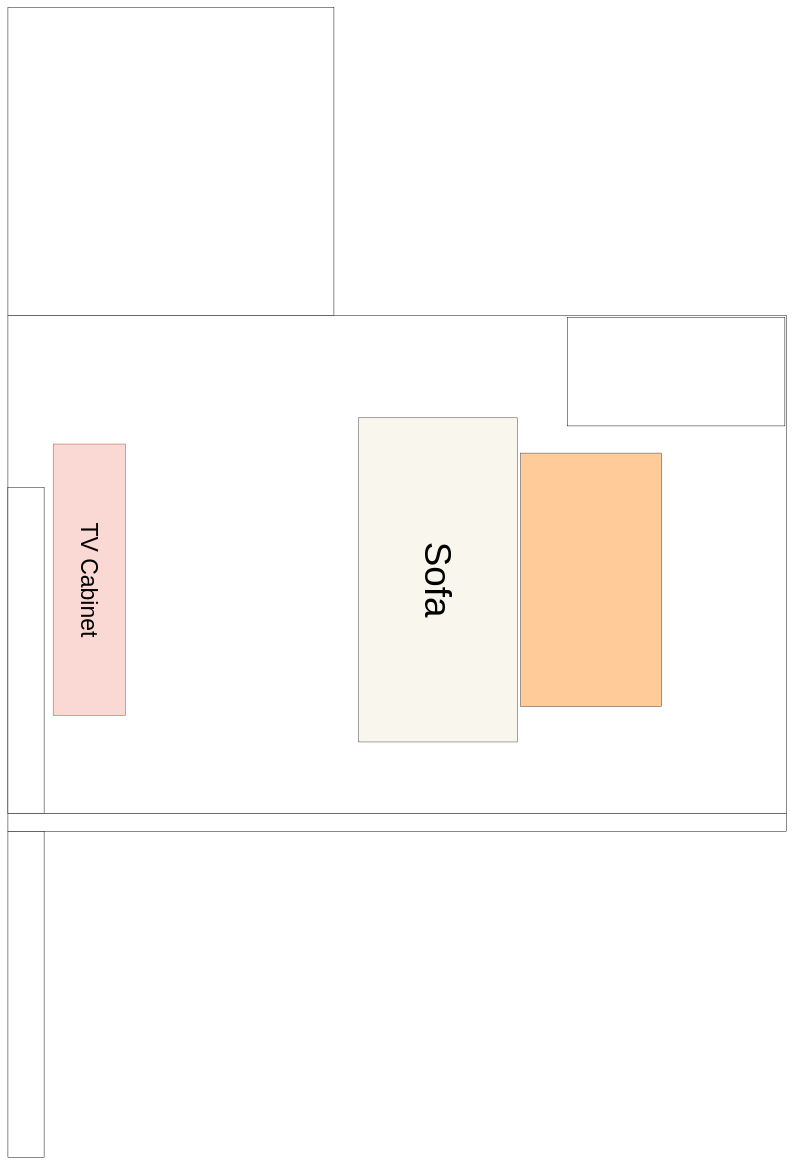
The draw.io diagram src/components/Untitled Diagram.drawio in laughingstocK/test_todolist, before the edit. Source tidied: cells renumbered, new cells numbered last; positions are measured from the earlier drawing's top-left corner, leaving out a move shared by most shapes. Both pictures are drawn from the tidied source at 46%, with x=0, y=0 at pixel (-46, 7).
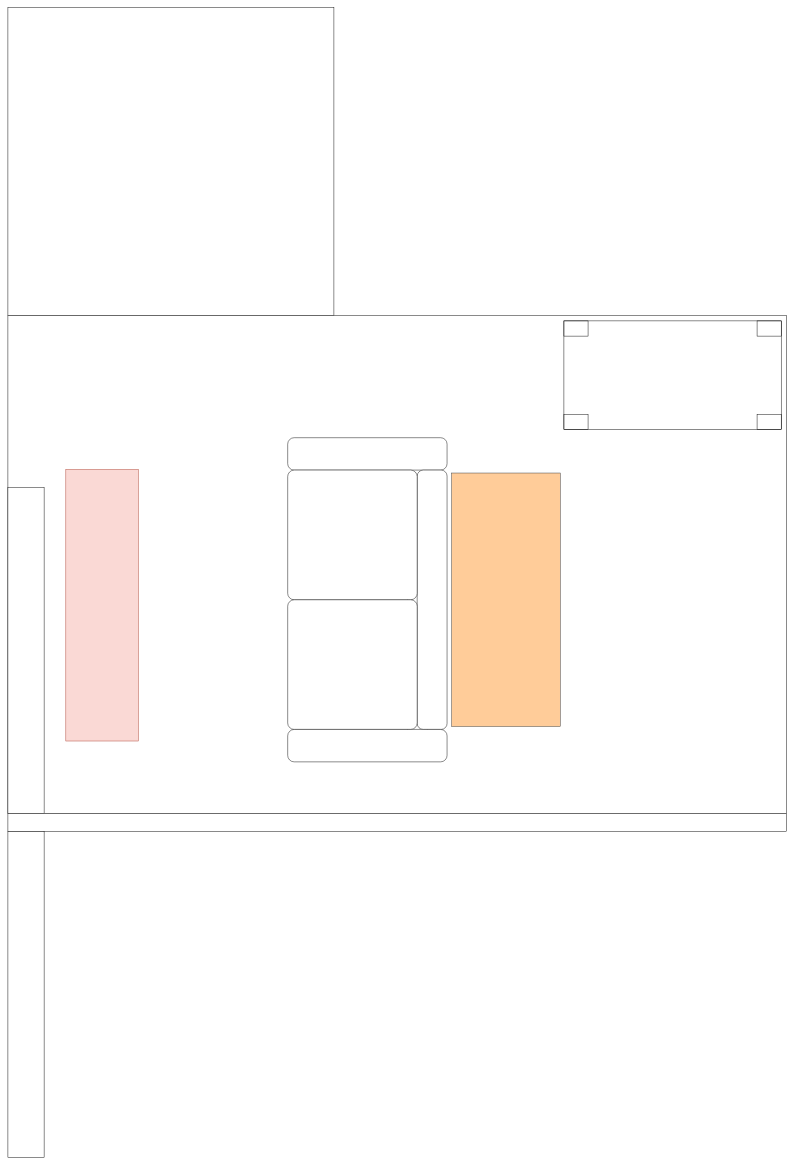
After the change.

The edit, as a diff of the source:
```diff
@@
 <mxGraphModel>
   <root>
     <mxCell id="0" />
     <mxCell id="1" parent="0" />
     <mxCell id="2" style="rounded=0;whiteSpace=wrap;html=1;fillColor=default;" parent="1" vertex="1">
       <mxGeometry x="117.7" y="669.3" width="1692.9" height="1082.7" as="geometry" />
     </mxCell>
     <mxCell id="3" style="rounded=0;whiteSpace=wrap;html=1;" parent="1" vertex="1">
       <mxGeometry x="117.7" width="708.7" height="669.3" as="geometry" />
     </mxCell>
     <mxCell id="4" style="rounded=0;whiteSpace=wrap;html=1;" parent="1" vertex="1">
       <mxGeometry x="117.7" y="1043.3" width="78.7" height="708.6" as="geometry" />
     </mxCell>
     <mxCell id="5" style="rounded=0;whiteSpace=wrap;html=1;" parent="1" vertex="1">
       <mxGeometry x="117.7" y="1751.9" width="1692.9" height="39.4" as="geometry" />
     </mxCell>
     <mxCell id="6" style="rounded=0;whiteSpace=wrap;html=1;" parent="1" vertex="1">
       <mxGeometry x="117.7" y="1791.3" width="78.7" height="708.7" as="geometry" />
     </mxCell>
     <mxCell id="7" style="rounded=0;whiteSpace=wrap;html=1;fillColor=#ffcc99;strokeColor=#36393d;" parent="1" vertex="1">
-      <mxGeometry x="1231.9" y="968.5" width="307.1" height="551.2" as="geometry" />
+      <mxGeometry x="1082.3" y="1011.8" width="236.2" height="551.2" as="geometry" />
     </mxCell>
-    <mxCell id="8" value="&lt;font style=&quot;font-size: 80px;&quot;&gt;Sofa&lt;/font&gt;" style="rounded=0;whiteSpace=wrap;html=1;rotation=90;fillColor=#f9f7ed;strokeColor=#36393d;" parent="1" vertex="1">
-      <mxGeometry x="700.4" y="1070.9" width="704.7" height="346.4" as="geometry" />
-    </mxCell>
-    <mxCell id="9" value="&lt;font style=&quot;font-size: 50px;&quot;&gt;TV Cabinet&lt;/font&gt;" style="rounded=0;whiteSpace=wrap;html=1;rotation=90;fillColor=#fad9d5;strokeColor=#ae4132;" parent="1" vertex="1">
-      <mxGeometry x="-0.4" y="1165.3" width="590.5" height="157.5" as="geometry" />
+    <mxCell id="9" style="rounded=0;whiteSpace=wrap;html=1;rotation=90;fillColor=#fad9d5;strokeColor=#ae4132;" parent="1" vertex="1">
+      <mxGeometry x="27.1" y="1220.4" width="590.5" height="157.5" as="geometry" />
     </mxCell>
-    <mxCell id="10" style="rounded=0;whiteSpace=wrap;html=1;" parent="1" vertex="1">
-      <mxGeometry x="1334.3" y="673.2" width="472.4" height="236.2" as="geometry" />
-    </mxCell>
+    <mxCell id="11" style="verticalLabelPosition=bottom;html=1;verticalAlign=top;align=center;shape=mxgraph.floorplan.couch;rotation=90;" parent="1" vertex="1">
+      <mxGeometry x="546.8" y="1114.1" width="704.7" height="346.5" as="geometry" />
+    </mxCell>
+    <mxCell id="12" style="verticalLabelPosition=bottom;html=1;verticalAlign=top;align=center;shape=mxgraph.floorplan.table;" parent="1" vertex="1">
+      <mxGeometry x="1326.4" y="681.1" width="472.4" height="236.2" as="geometry" />
+    </mxCell>
   </root>
 </mxGraphModel>
```
